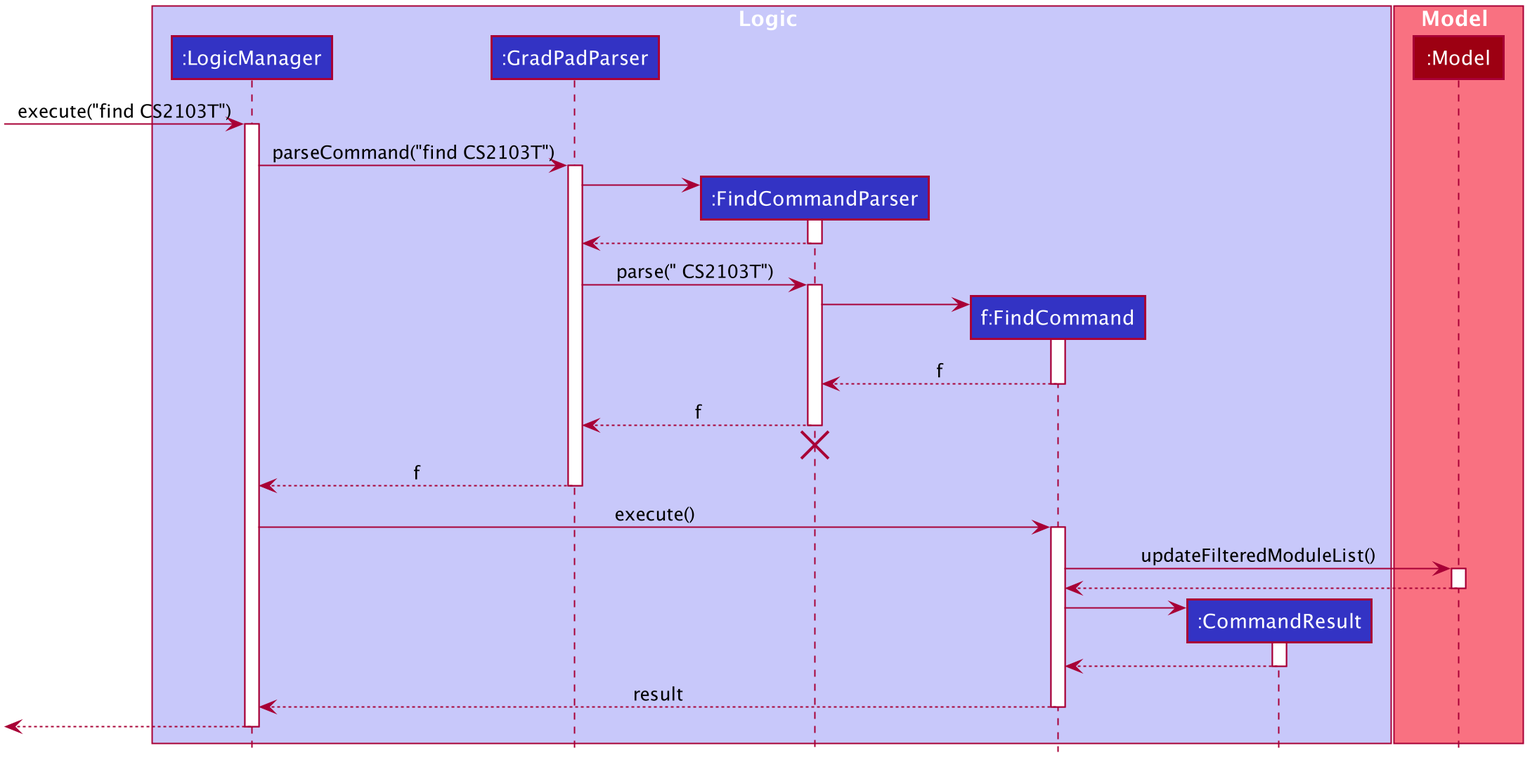
yan-soon/tp keeps this PlantUML diagram as docs/images/FindSequenceDiagram.png. Above is the earlier version.
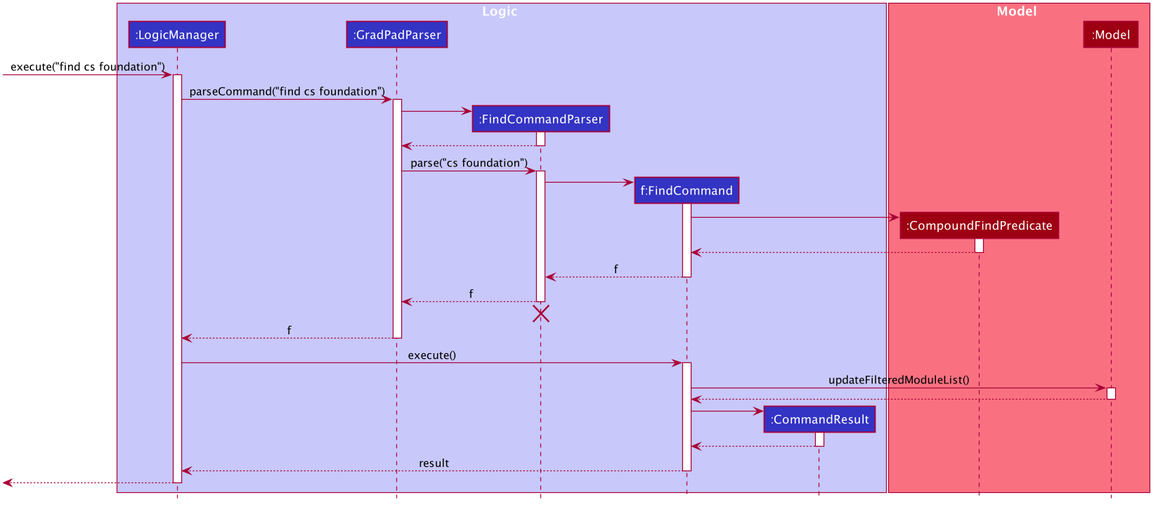
Later version of the same file.

Commit message:
Update find feature explanation

What changed in the source:
```diff
@@ -1,4 +1,5 @@
 @startuml
+
 
 
 
@@ -57,13 +58,14 @@
 end box
 
 box Model #F97181
+participant ":CompoundFindPredicate" as CompoundFindPredicate #9D0012
 participant ":Model" as Model #9D0012
 end box
 
-[-> LogicManager : execute("find CS2103T")
+[-> LogicManager : execute("find cs foundation")
 activate LogicManager
 
-LogicManager -> GradPadParser : parseCommand("find CS2103T")
+LogicManager -> GradPadParser : parseCommand("find cs foundation")
 activate GradPadParser
 
 create FindCommandParser
@@ -73,12 +75,19 @@
 FindCommandParser --> GradPadParser
 deactivate FindCommandParser
 
-GradPadParser -> FindCommandParser : parse(" CS2103T")
+GradPadParser -> FindCommandParser : parse("cs foundation")
 activate FindCommandParser
 
 create FindCommand
 FindCommandParser -> FindCommand
 activate FindCommand
+
+create CompoundFindPredicate
+FindCommand -> CompoundFindPredicate
+activate CompoundFindPredicate
+
+CompoundFindPredicate --> FindCommand
+deactivate CompoundFindPredicate
 
 FindCommand --> FindCommandParser : f
 deactivate FindCommand
```
